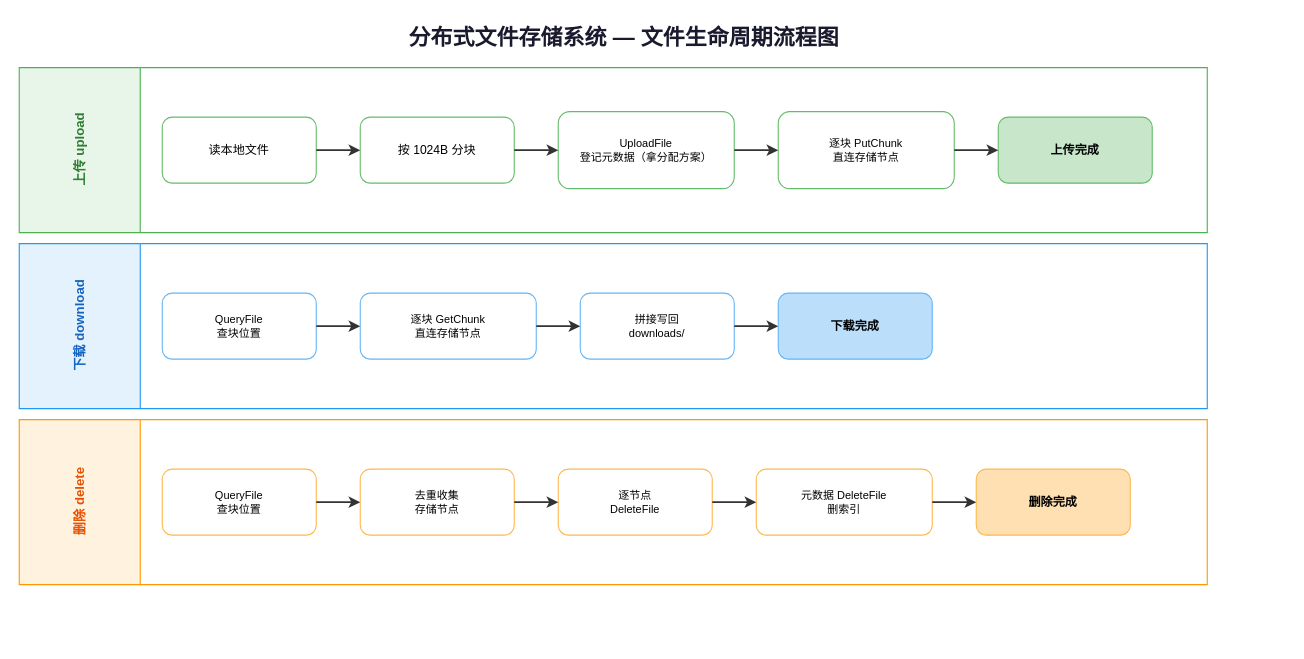
Above: docs/filestore/diagrams/flowchart.drawio in BamdowCoco/mpRPC (draw.io), before the change. Source tidied: cells renumbered, new cells numbered last; positions are measured from the earlier drawing's top-left corner, leaving out a move shared by most shapes. Both pictures are drawn from the tidied source at 110%, with x=0, y=0 at pixel (19, 19).
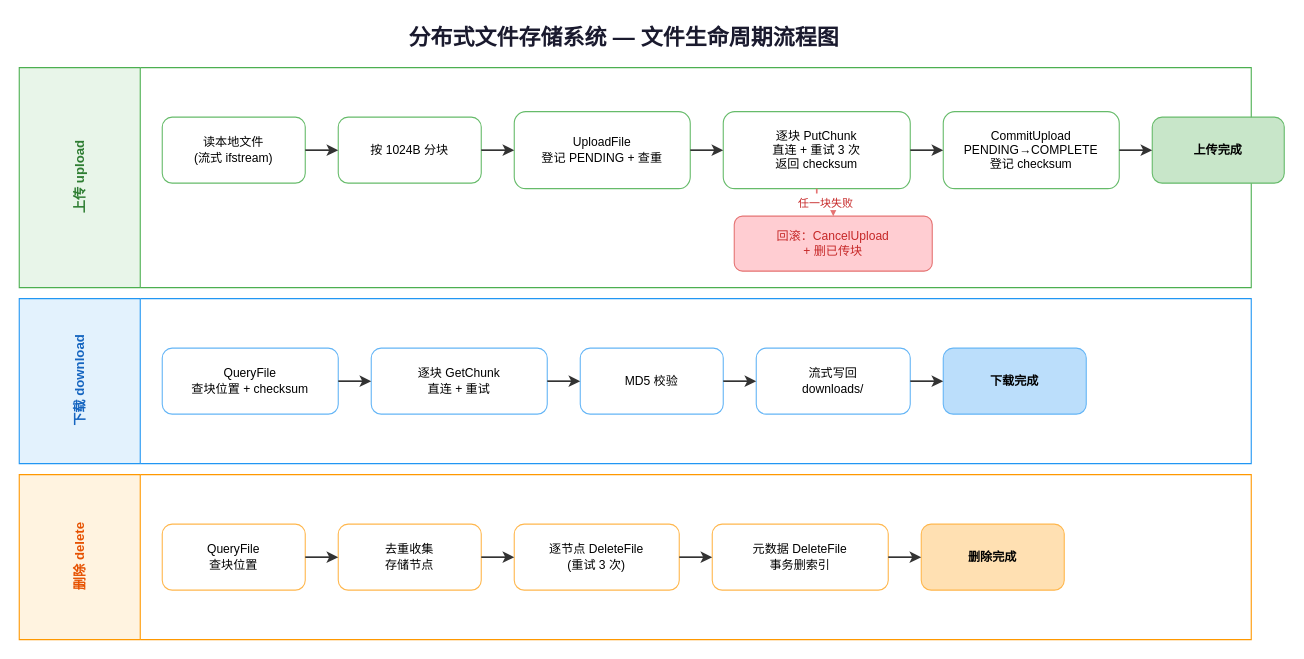
The same page after the edit.

The edit, as a diff of the source:
```diff
@@
     <mxCell id="3" value="上传 upload" style="swimlane;horizontal=0;startSize=110;fillColor=#E8F5E9;strokeColor=#4CAF50;fontStyle=1;fontColor=#2E7D32;html=1;" parent="1" vertex="1">
-      <mxGeometry y="44" width="1080" height="150" as="geometry" />
+      <mxGeometry y="44" width="1120" height="200" as="geometry" />
     </mxCell>
-    <mxCell id="4" value="读本地文件" style="rounded=1;whiteSpace=wrap;html=1;fillColor=#ffffff;strokeColor=#66BB6A;fontSize=11;" parent="3" vertex="1">
-      <mxGeometry x="130" y="45" width="140" height="60" as="geometry" />
+    <mxCell id="4" value="读本地文件&#10;(流式 ifstream)" style="rounded=1;whiteSpace=wrap;html=1;fillColor=#ffffff;strokeColor=#66BB6A;fontSize=11;" parent="3" vertex="1">
+      <mxGeometry x="130" y="45" width="130" height="60" as="geometry" />
     </mxCell>
     <mxCell id="5" value="按 1024B 分块" style="rounded=1;whiteSpace=wrap;html=1;fillColor=#ffffff;strokeColor=#66BB6A;fontSize=11;" parent="3" vertex="1">
-      <mxGeometry x="310" y="45" width="140" height="60" as="geometry" />
+      <mxGeometry x="290" y="45" width="130" height="60" as="geometry" />
     </mxCell>
-    <mxCell id="6" value="UploadFile&#10;登记元数据（拿分配方案）" style="rounded=1;whiteSpace=wrap;html=1;fillColor=#ffffff;strokeColor=#66BB6A;fontSize=10;" parent="3" vertex="1">
-      <mxGeometry x="490" y="40" width="160" height="70" as="geometry" />
+    <mxCell id="6" value="UploadFile&#10;登记 PENDING + 查重" style="rounded=1;whiteSpace=wrap;html=1;fillColor=#ffffff;strokeColor=#66BB6A;fontSize=11;" parent="3" vertex="1">
+      <mxGeometry x="450" y="40" width="160" height="70" as="geometry" />
     </mxCell>
-    <mxCell id="7" value="逐块 PutChunk&#10;直连存储节点" style="rounded=1;whiteSpace=wrap;html=1;fillColor=#ffffff;strokeColor=#66BB6A;fontSize=10;" parent="3" vertex="1">
-      <mxGeometry x="690" y="40" width="160" height="70" as="geometry" />
+    <mxCell id="7" value="逐块 PutChunk&#10;直连 + 重试 3 次&#10;返回 checksum" style="rounded=1;whiteSpace=wrap;html=1;fillColor=#ffffff;strokeColor=#66BB6A;fontSize=11;" parent="3" vertex="1">
+      <mxGeometry x="640" y="40" width="170" height="70" as="geometry" />
     </mxCell>
-    <mxCell id="8" value="上传完成" style="rounded=1;whiteSpace=wrap;html=1;fillColor=#C8E6C9;strokeColor=#66BB6A;fontSize=11;fontStyle=1;" parent="3" vertex="1">
-      <mxGeometry x="890" y="45" width="140" height="60" as="geometry" />
+    <mxCell id="8" value="CommitUpload&#10;PENDING→COMPLETE&#10;登记 checksum" style="rounded=1;whiteSpace=wrap;html=1;fillColor=#ffffff;strokeColor=#66BB6A;fontSize=11;" parent="3" vertex="1">
+      <mxGeometry x="840" y="40" width="160" height="70" as="geometry" />
     </mxCell>
+    <mxCell id="31" value="上传完成" style="rounded=1;whiteSpace=wrap;html=1;fillColor=#C8E6C9;strokeColor=#66BB6A;fontSize=11;fontStyle=1;" parent="3" vertex="1">
+      <mxGeometry x="1030" y="45" width="120" height="60" as="geometry" />
+    </mxCell>
+    <mxCell id="32" value="回滚：CancelUpload&#10;+ 删已传块" style="rounded=1;whiteSpace=wrap;html=1;fillColor=#FFCDD2;strokeColor=#E57373;fontSize=11;fontColor=#C62828;" parent="3" vertex="1">
+      <mxGeometry x="650" y="135" width="180" height="50" as="geometry" />
+    </mxCell>
     <mxCell id="9" value="下载 download" style="swimlane;horizontal=0;startSize=110;fillColor=#E3F2FD;strokeColor=#2196F3;fontStyle=1;fontColor=#1565C0;html=1;" parent="1" vertex="1">
-      <mxGeometry y="204" width="1080" height="150" as="geometry" />
+      <mxGeometry y="254" width="1120" height="150" as="geometry" />
     </mxCell>
-    <mxCell id="10" value="QueryFile&#10;查块位置" style="rounded=1;whiteSpace=wrap;html=1;fillColor=#ffffff;strokeColor=#64B5F6;fontSize=10;" parent="9" vertex="1">
-      <mxGeometry x="130" y="45" width="140" height="60" as="geometry" />
+    <mxCell id="10" value="QueryFile&#10;查块位置 + checksum" style="rounded=1;whiteSpace=wrap;html=1;fillColor=#ffffff;strokeColor=#64B5F6;fontSize=11;" parent="9" vertex="1">
+      <mxGeometry x="130" y="45" width="160" height="60" as="geometry" />
     </mxCell>
-    <mxCell id="11" value="逐块 GetChunk&#10;直连存储节点" style="rounded=1;whiteSpace=wrap;html=1;fillColor=#ffffff;strokeColor=#64B5F6;fontSize=10;" parent="9" vertex="1">
-      <mxGeometry x="310" y="45" width="160" height="60" as="geometry" />
+    <mxCell id="11" value="逐块 GetChunk&#10;直连 + 重试" style="rounded=1;whiteSpace=wrap;html=1;fillColor=#ffffff;strokeColor=#64B5F6;fontSize=11;" parent="9" vertex="1">
+      <mxGeometry x="320" y="45" width="160" height="60" as="geometry" />
     </mxCell>
-    <mxCell id="12" value="拼接写回&#10;downloads/" style="rounded=1;whiteSpace=wrap;html=1;fillColor=#ffffff;strokeColor=#64B5F6;fontSize=10;" parent="9" vertex="1">
-      <mxGeometry x="510" y="45" width="140" height="60" as="geometry" />
+    <mxCell id="12" value="MD5 校验" style="rounded=1;whiteSpace=wrap;html=1;fillColor=#ffffff;strokeColor=#64B5F6;fontSize=11;" parent="9" vertex="1">
+      <mxGeometry x="510" y="45" width="130" height="60" as="geometry" />
     </mxCell>
-    <mxCell id="13" value="下载完成" style="rounded=1;whiteSpace=wrap;html=1;fillColor=#BBDEFB;strokeColor=#64B5F6;fontSize=11;fontStyle=1;" parent="9" vertex="1">
-      <mxGeometry x="690" y="45" width="140" height="60" as="geometry" />
+    <mxCell id="13" value="流式写回&#10;downloads/" style="rounded=1;whiteSpace=wrap;html=1;fillColor=#ffffff;strokeColor=#64B5F6;fontSize=11;" parent="9" vertex="1">
+      <mxGeometry x="670" y="45" width="140" height="60" as="geometry" />
     </mxCell>
+    <mxCell id="33" value="下载完成" style="rounded=1;whiteSpace=wrap;html=1;fillColor=#BBDEFB;strokeColor=#64B5F6;fontSize=11;fontStyle=1;" parent="9" vertex="1">
+      <mxGeometry x="840" y="45" width="130" height="60" as="geometry" />
+    </mxCell>
     <mxCell id="14" value="删除 delete" style="swimlane;horizontal=0;startSize=110;fillColor=#FFF3E0;strokeColor=#FF9800;fontStyle=1;fontColor=#E65100;html=1;" parent="1" vertex="1">
-      <mxGeometry y="364" width="1080" height="150" as="geometry" />
+      <mxGeometry y="414" width="1120" height="150" as="geometry" />
     </mxCell>
-    <mxCell id="15" value="QueryFile&#10;查块位置" style="rounded=1;whiteSpace=wrap;html=1;fillColor=#ffffff;strokeColor=#FFB74D;fontSize=10;" parent="14" vertex="1">
-      <mxGeometry x="130" y="45" width="140" height="60" as="geometry" />
+    <mxCell id="15" value="QueryFile&#10;查块位置" style="rounded=1;whiteSpace=wrap;html=1;fillColor=#ffffff;strokeColor=#FFB74D;fontSize=11;" parent="14" vertex="1">
+      <mxGeometry x="130" y="45" width="130" height="60" as="geometry" />
     </mxCell>
-    <mxCell id="16" value="去重收集&#10;存储节点" style="rounded=1;whiteSpace=wrap;html=1;fillColor=#ffffff;strokeColor=#FFB74D;fontSize=10;" parent="14" vertex="1">
-      <mxGeometry x="310" y="45" width="140" height="60" as="geometry" />
+    <mxCell id="16" value="去重收集&#10;存储节点" style="rounded=1;whiteSpace=wrap;html=1;fillColor=#ffffff;strokeColor=#FFB74D;fontSize=11;" parent="14" vertex="1">
+      <mxGeometry x="290" y="45" width="130" height="60" as="geometry" />
     </mxCell>
-    <mxCell id="17" value="逐节点&#10;DeleteFile" style="rounded=1;whiteSpace=wrap;html=1;fillColor=#ffffff;strokeColor=#FFB74D;fontSize=10;" parent="14" vertex="1">
-      <mxGeometry x="490" y="45" width="140" height="60" as="geometry" />
+    <mxCell id="17" value="逐节点 DeleteFile&#10;(重试 3 次)" style="rounded=1;whiteSpace=wrap;html=1;fillColor=#ffffff;strokeColor=#FFB74D;fontSize=11;" parent="14" vertex="1">
+      <mxGeometry x="450" y="45" width="150" height="60" as="geometry" />
     </mxCell>
-    <mxCell id="18" value="元数据 DeleteFile&#10;删索引" style="rounded=1;whiteSpace=wrap;html=1;fillColor=#ffffff;strokeColor=#FFB74D;fontSize=10;" parent="14" vertex="1">
-      <mxGeometry x="670" y="45" width="160" height="60" as="geometry" />
+    <mxCell id="18" value="元数据 DeleteFile&#10;事务删索引" style="rounded=1;whiteSpace=wrap;html=1;fillColor=#ffffff;strokeColor=#FFB74D;fontSize=11;" parent="14" vertex="1">
+      <mxGeometry x="630" y="45" width="160" height="60" as="geometry" />
     </mxCell>
     <mxCell id="19" value="删除完成" style="rounded=1;whiteSpace=wrap;html=1;fillColor=#FFE0B2;strokeColor=#FFB74D;fontSize=11;fontStyle=1;" parent="14" vertex="1">
-      <mxGeometry x="870" y="45" width="140" height="60" as="geometry" />
+      <mxGeometry x="820" y="45" width="130" height="60" as="geometry" />
     </mxCell>
@@
+    <mxCell id="34" style="edgeStyle=orthogonalEdgeStyle;rounded=1;html=1;endArrow=classic;strokeColor=#333333;strokeWidth=1.5;" parent="1" edge="1" source="8" target="31">
+      <mxGeometry relative="1" as="geometry" />
+    </mxCell>
+    <mxCell id="35" value="任一块失败" style="edgeStyle=orthogonalEdgeStyle;rounded=1;html=1;endArrow=classic;strokeColor=#E57373;strokeWidth=1.5;dashed=1;fontSize=10;fontColor=#C62828;" parent="1" edge="1" source="7" target="32">
+      <mxGeometry relative="1" as="geometry" />
+    </mxCell>
@@
+    <mxCell id="36" style="edgeStyle=orthogonalEdgeStyle;rounded=1;html=1;endArrow=classic;strokeColor=#333333;strokeWidth=1.5;" parent="1" edge="1" source="13" target="33">
+      <mxGeometry relative="1" as="geometry" />
+    </mxCell>
```
